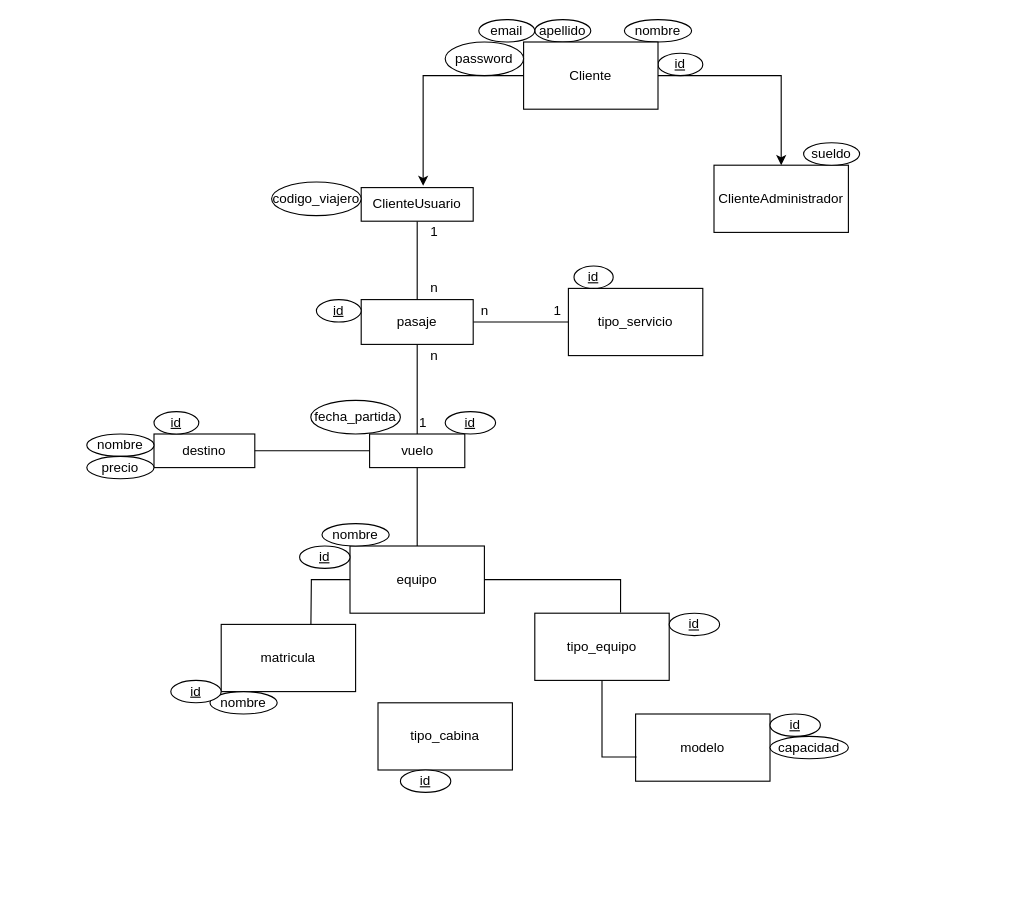
The draw.io diagram derTpFinal.drawio in EricDanielCuevas/tpFinalWeb2, before the edit. Source tidied: cells renumbered, new cells numbered last; positions are measured from the earlier drawing's top-left corner, leaving out a move shared by most shapes. Both pictures are drawn from the tidied source at 112%, with x=0, y=0 at pixel (86, 19).
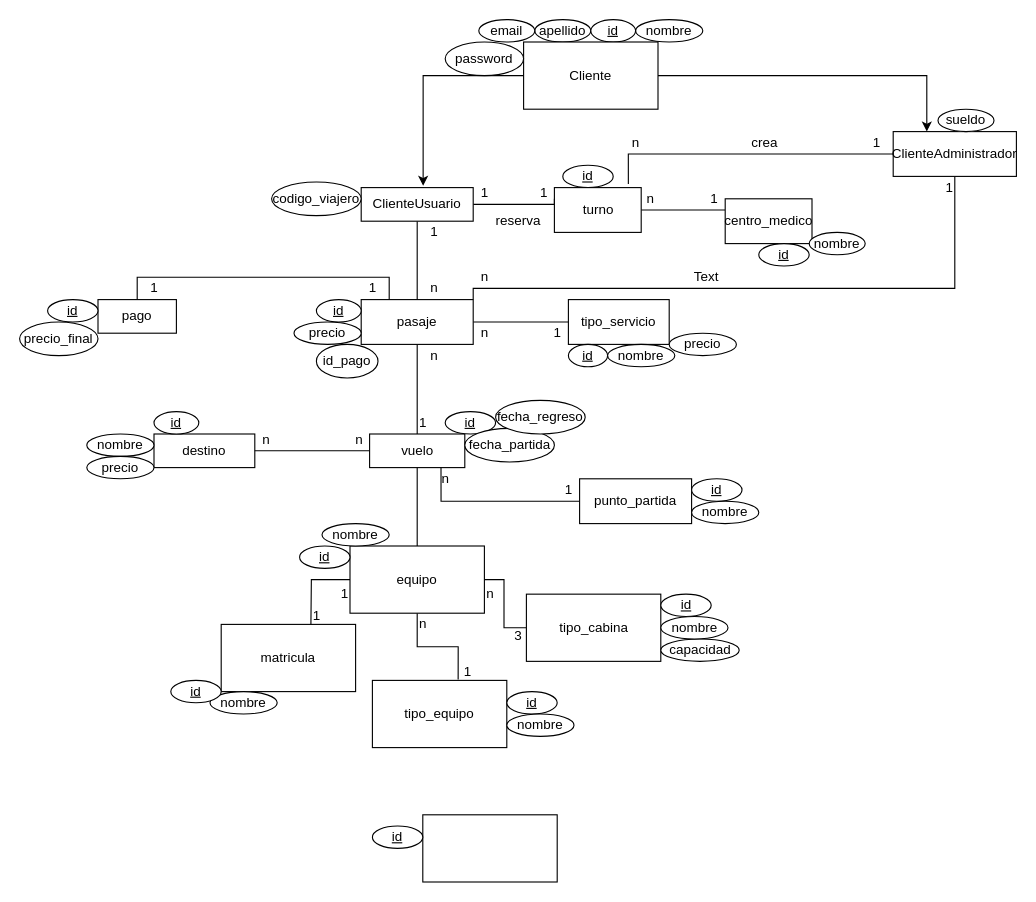
The same page after the edit.

Unchanged cells that the change refers to:
```xml
<mxCell id="3" value="ClienteUsuario" style="rounded=0;whiteSpace=wrap;html=1;" parent="1" vertex="1">
  <mxGeometry x="245" y="150" width="100" height="30" as="geometry" />
</mxCell>
<mxCell id="7" value="equipo" style="rounded=0;whiteSpace=wrap;html=1;" parent="1" vertex="1">
  <mxGeometry x="235" y="470" width="120" height="60" as="geometry" />
</mxCell>
<mxCell id="14" value="Cliente" style="rounded=0;whiteSpace=wrap;html=1;" parent="1" vertex="1">
  <mxGeometry x="390" y="20" width="120" height="60" as="geometry" />
</mxCell>
<mxCell id="20" value="pasaje" style="rounded=0;whiteSpace=wrap;html=1;" parent="1" vertex="1">
  <mxGeometry x="245" y="250" width="100" height="40" as="geometry" />
</mxCell>
<mxCell id="24" value="vuelo" style="rounded=0;whiteSpace=wrap;html=1;" parent="1" vertex="1">
  <mxGeometry x="252.5" y="370" width="85" height="30" as="geometry" />
</mxCell>
```

Diff of the diagram source:
```diff
@@
+    <mxCell id="52" style="edgeStyle=orthogonalEdgeStyle;rounded=0;jettySize=auto;html=1;entryX=0;entryY=0.25;entryDx=0;entryDy=0;endArrow=none;endFill=0;" parent="1" edge="1" source="3" target="75">
+      <mxGeometry relative="1" as="geometry">
+        <Array as="points">
+          <mxPoint x="418" y="165" />
+        </Array>
+      </mxGeometry>
+    </mxCell>
@@
+    <mxCell id="53" style="edgeStyle=orthogonalEdgeStyle;rounded=0;jettySize=auto;html=1;entryX=1;entryY=0;entryDx=0;entryDy=0;endArrow=none;endFill=0;" parent="1" edge="1" source="4" target="20">
+      <mxGeometry relative="1" as="geometry">
+        <Array as="points">
+          <mxPoint x="775" y="240" />
+          <mxPoint x="345" y="240" />
+        </Array>
+      </mxGeometry>
+    </mxCell>
+    <mxCell id="54" style="edgeStyle=orthogonalEdgeStyle;rounded=0;jettySize=auto;html=1;entryX=0.852;entryY=-0.082;entryDx=0;entryDy=0;entryPerimeter=0;endArrow=none;endFill=0;" parent="1" edge="1" source="4" target="75">
+      <mxGeometry relative="1" as="geometry" />
+    </mxCell>
     <mxCell id="4" value="ClienteAdministrador" style="rounded=0;whiteSpace=wrap;html=1;" parent="1" vertex="1">
-      <mxGeometry x="560" y="130" width="120" height="60" as="geometry" />
+      <mxGeometry x="720" y="100" width="110" height="40" as="geometry" />
     </mxCell>
@@
     <mxCell id="9" value="nombre" style="ellipse;whiteSpace=wrap;html=1;" parent="1" vertex="1">
-      <mxGeometry x="480" width="60" height="20" as="geometry" />
+      <mxGeometry x="490" width="60" height="20" as="geometry" />
     </mxCell>
     <mxCell id="10" value="&lt;u&gt;id&lt;/u&gt;" style="ellipse;whiteSpace=wrap;html=1;" parent="1" vertex="1">
-      <mxGeometry x="510" y="30" width="40" height="20" as="geometry" />
+      <mxGeometry x="450" width="40" height="20" as="geometry" />
     </mxCell>
@@
-    <mxCell id="12" style="edgeStyle=orthogonalEdgeStyle;rounded=0;jettySize=auto;html=1;" parent="1" edge="1" source="14" target="4">
-      <mxGeometry relative="1" as="geometry" />
+    <mxCell id="12" style="edgeStyle=orthogonalEdgeStyle;rounded=0;jettySize=auto;html=1;" parent="1" edge="1" source="14">
+      <mxGeometry relative="1" as="geometry">
+        <mxPoint x="750" y="100" as="targetPoint" />
+        <Array as="points">
+          <mxPoint x="750" y="50" />
+          <mxPoint x="750" y="100" />
+        </Array>
+      </mxGeometry>
     </mxCell>
@@
     <mxCell id="16" value="sueldo" style="ellipse;whiteSpace=wrap;html=1;" parent="1" vertex="1">
-      <mxGeometry x="640" y="110" width="50" height="20" as="geometry" />
+      <mxGeometry x="760" y="80" width="50" height="20" as="geometry" />
     </mxCell>
@@
+    <mxCell id="55" style="edgeStyle=orthogonalEdgeStyle;rounded=0;jettySize=auto;html=1;exitX=0.25;exitY=0;exitDx=0;exitDy=0;entryX=0.5;entryY=0;entryDx=0;entryDy=0;endArrow=none;endFill=0;" parent="1" edge="1" source="20" target="94">
+      <mxGeometry relative="1" as="geometry" />
+    </mxCell>
@@
+    <mxCell id="56" style="edgeStyle=orthogonalEdgeStyle;rounded=0;jettySize=auto;html=1;entryX=1;entryY=0.5;entryDx=0;entryDy=0;endArrow=none;endFill=0;" parent="1" edge="1" source="26" target="7">
+      <mxGeometry relative="1" as="geometry" />
+    </mxCell>
-    <mxCell id="26" value="modelo" style="rounded=0;whiteSpace=wrap;html=1;" parent="1" vertex="1">
-      <mxGeometry x="490" y="620" width="120" height="60" as="geometry" />
+    <mxCell id="26" value="tipo_cabina" style="rounded=0;whiteSpace=wrap;html=1;" parent="1" vertex="1">
+      <mxGeometry x="392.5" y="513" width="120" height="60" as="geometry" />
     </mxCell>
-    <mxCell id="27" value="tipo_cabina" style="rounded=0;whiteSpace=wrap;html=1;" parent="1" vertex="1">
-      <mxGeometry x="260" y="610" width="120" height="60" as="geometry" />
+    <mxCell id="27" style="rounded=0;whiteSpace=wrap;html=1;" parent="1" vertex="1">
+      <mxGeometry x="300" y="710" width="120" height="60" as="geometry" />
     </mxCell>
     <mxCell id="28" value="tipo_servicio" style="rounded=0;whiteSpace=wrap;html=1;" parent="1" vertex="1">
-      <mxGeometry x="430" y="240" width="120" height="60" as="geometry" />
+      <mxGeometry x="430" y="250" width="90" height="40" as="geometry" />
     </mxCell>
     <mxCell id="29" value="&lt;u&gt;id&lt;/u&gt;" style="ellipse;whiteSpace=wrap;html=1;" parent="1" vertex="1">
-      <mxGeometry x="435" y="220" width="35" height="20" as="geometry" />
+      <mxGeometry x="430" y="290" width="35" height="20" as="geometry" />
     </mxCell>
@@
     <mxCell id="34" value="fecha_partida" style="ellipse;whiteSpace=wrap;html=1;" parent="1" vertex="1">
-      <mxGeometry x="200" y="340" width="80" height="30" as="geometry" />
+      <mxGeometry x="337.5" y="365" width="80" height="30" as="geometry" />
     </mxCell>
@@
     <mxCell id="38" value="&lt;u&gt;id&lt;/u&gt;" style="ellipse;whiteSpace=wrap;html=1;" parent="1" vertex="1">
-      <mxGeometry x="610" y="620" width="45" height="20" as="geometry" />
+      <mxGeometry x="512.5" y="513" width="45" height="20" as="geometry" />
     </mxCell>
     <mxCell id="39" value="&lt;u&gt;id&lt;/u&gt;" style="ellipse;whiteSpace=wrap;html=1;" parent="1" vertex="1">
-      <mxGeometry x="280" y="670" width="45" height="20" as="geometry" />
+      <mxGeometry x="255" y="720" width="45" height="20" as="geometry" />
     </mxCell>
@@
-    <mxCell id="41" style="edgeStyle=orthogonalEdgeStyle;rounded=0;jettySize=auto;html=1;entryX=0.007;entryY=0.639;entryDx=0;entryDy=0;entryPerimeter=0;endArrow=none;endFill=0;" parent="1" edge="1" source="42" target="26">
-      <mxGeometry relative="1" as="geometry" />
-    </mxCell>
     <mxCell id="42" value="tipo_equipo" style="rounded=0;whiteSpace=wrap;html=1;" parent="1" vertex="1">
-      <mxGeometry x="400" y="530" width="120" height="60" as="geometry" />
+      <mxGeometry x="255" y="590" width="120" height="60" as="geometry" />
     </mxCell>
     <mxCell id="43" value="&lt;u&gt;id&lt;/u&gt;" style="ellipse;whiteSpace=wrap;html=1;" parent="1" vertex="1">
-      <mxGeometry x="520" y="530" width="45" height="20" as="geometry" />
+      <mxGeometry x="375" y="600" width="45" height="20" as="geometry" />
     </mxCell>
     <mxCell id="44" value="capacidad" style="ellipse;whiteSpace=wrap;html=1;" parent="1" vertex="1">
-      <mxGeometry x="610" y="640" width="70" height="20" as="geometry" />
+      <mxGeometry x="512.5" y="553" width="70" height="20" as="geometry" />
     </mxCell>
@@
     <mxCell id="48" value="1" style="text;html=1;align=center;verticalAlign=middle;strokeColor=none;" parent="1" vertex="1">
-      <mxGeometry x="410" y="250" width="20" height="20" as="geometry" />
+      <mxGeometry x="410" y="270" width="20" height="20" as="geometry" />
     </mxCell>
     <mxCell id="49" value="n" style="text;html=1;align=center;verticalAlign=middle;strokeColor=none;" parent="1" vertex="1">
-      <mxGeometry x="345" y="250" width="20" height="20" as="geometry" />
+      <mxGeometry x="345" y="270" width="20" height="20" as="geometry" />
     </mxCell>
@@
+    <mxCell id="57" value="nombre" style="ellipse;whiteSpace=wrap;html=1;" parent="1" vertex="1">
+      <mxGeometry x="512.5" y="533" width="60" height="20" as="geometry" />
+    </mxCell>
+    <mxCell id="58" value="nombre" style="ellipse;whiteSpace=wrap;html=1;" parent="1" vertex="1">
+      <mxGeometry x="375" y="620" width="60" height="20" as="geometry" />
+    </mxCell>
+    <mxCell id="59" value="n" style="text;html=1;align=center;verticalAlign=middle;strokeColor=none;" parent="1" vertex="1">
+      <mxGeometry x="350" y="503" width="20" height="20" as="geometry" />
+    </mxCell>
+    <mxCell id="60" value="3" style="text;html=1;align=center;verticalAlign=middle;strokeColor=none;" parent="1" vertex="1">
+      <mxGeometry x="375" y="540" width="20" height="20" as="geometry" />
+    </mxCell>
+    <mxCell id="61" value="n" style="text;html=1;align=center;verticalAlign=middle;strokeColor=none;" parent="1" vertex="1">
+      <mxGeometry x="290" y="530" width="20" height="20" as="geometry" />
+    </mxCell>
+    <mxCell id="62" value="1" style="text;html=1;align=center;verticalAlign=middle;strokeColor=none;" parent="1" vertex="1">
+      <mxGeometry x="330" y="573" width="20" height="20" as="geometry" />
+    </mxCell>
+    <mxCell id="63" value="1" style="text;html=1;align=center;verticalAlign=middle;strokeColor=none;" parent="1" vertex="1">
+      <mxGeometry x="195" y="523" width="20" height="20" as="geometry" />
+    </mxCell>
+    <mxCell id="64" value="1" style="text;html=1;align=center;verticalAlign=middle;strokeColor=none;" parent="1" vertex="1">
+      <mxGeometry x="220" y="503" width="20" height="20" as="geometry" />
+    </mxCell>
+    <mxCell id="65" value="nombre" style="ellipse;whiteSpace=wrap;html=1;" parent="1" vertex="1">
+      <mxGeometry x="465" y="290" width="60" height="20" as="geometry" />
+    </mxCell>
+    <mxCell id="66" value="precio" style="ellipse;whiteSpace=wrap;html=1;" parent="1" vertex="1">
+      <mxGeometry x="185" y="270" width="60" height="20" as="geometry" />
+    </mxCell>
+    <mxCell id="67" style="edgeStyle=orthogonalEdgeStyle;rounded=0;jettySize=auto;html=1;entryX=0.75;entryY=1;entryDx=0;entryDy=0;endArrow=none;endFill=0;" parent="1" edge="1" source="68" target="24">
+      <mxGeometry relative="1" as="geometry" />
+    </mxCell>
+    <mxCell id="68" value="punto_partida" style="rounded=0;whiteSpace=wrap;html=1;" parent="1" vertex="1">
+      <mxGeometry x="440" y="410" width="100" height="40" as="geometry" />
+    </mxCell>
+    <mxCell id="69" value="&lt;u&gt;id&lt;/u&gt;" style="ellipse;whiteSpace=wrap;html=1;" parent="1" vertex="1">
+      <mxGeometry x="540" y="410" width="45" height="20" as="geometry" />
+    </mxCell>
+    <mxCell id="70" value="1" style="text;html=1;align=center;verticalAlign=middle;strokeColor=none;" parent="1" vertex="1">
+      <mxGeometry x="420" y="410" width="20" height="20" as="geometry" />
+    </mxCell>
+    <mxCell id="71" value="n" style="text;html=1;align=center;verticalAlign=middle;strokeColor=none;" parent="1" vertex="1">
+      <mxGeometry x="310" y="400" width="20" height="20" as="geometry" />
+    </mxCell>
+    <mxCell id="72" value="nombre" style="ellipse;whiteSpace=wrap;html=1;" parent="1" vertex="1">
+      <mxGeometry x="540" y="430" width="60" height="20" as="geometry" />
+    </mxCell>
+    <mxCell id="73" value="&lt;u&gt;id&lt;/u&gt;" style="ellipse;whiteSpace=wrap;html=1;" parent="1" vertex="1">
+      <mxGeometry x="425" y="130" width="45" height="20" as="geometry" />
+    </mxCell>
+    <mxCell id="74" style="edgeStyle=orthogonalEdgeStyle;rounded=0;jettySize=auto;html=1;entryX=0;entryY=0.25;entryDx=0;entryDy=0;endArrow=none;endFill=0;" parent="1" edge="1" source="75" target="76">
+      <mxGeometry relative="1" as="geometry" />
+    </mxCell>
+    <mxCell id="75" value="turno" style="rounded=0;whiteSpace=wrap;html=1;" parent="1" vertex="1">
+      <mxGeometry x="417.5" y="150" width="77.5" height="40" as="geometry" />
+    </mxCell>
+    <mxCell id="76" value="centro_medico" style="rounded=0;whiteSpace=wrap;html=1;" parent="1" vertex="1">
+      <mxGeometry x="570" y="160" width="77.5" height="40" as="geometry" />
+    </mxCell>
+    <mxCell id="77" value="&lt;u&gt;id&lt;/u&gt;" style="ellipse;whiteSpace=wrap;html=1;" parent="1" vertex="1">
+      <mxGeometry x="600" y="200" width="45" height="20" as="geometry" />
+    </mxCell>
+    <mxCell id="78" value="nombre" style="ellipse;whiteSpace=wrap;html=1;" parent="1" vertex="1">
+      <mxGeometry x="645" y="190" width="50" height="20" as="geometry" />
+    </mxCell>
+    <mxCell id="79" value="1" style="text;html=1;align=center;verticalAlign=middle;strokeColor=none;" parent="1" vertex="1">
+      <mxGeometry x="397.5" y="145" width="20" height="20" as="geometry" />
+    </mxCell>
+    <mxCell id="80" value="1" style="text;html=1;align=center;verticalAlign=middle;strokeColor=none;" parent="1" vertex="1">
+      <mxGeometry x="345" y="145" width="20" height="20" as="geometry" />
+    </mxCell>
+    <mxCell id="81" value="1" style="text;html=1;align=center;verticalAlign=middle;strokeColor=none;" parent="1" vertex="1">
+      <mxGeometry x="550" y="150" width="20" height="20" as="geometry" />
+    </mxCell>
+    <mxCell id="82" value="n" style="text;html=1;align=center;verticalAlign=middle;strokeColor=none;" parent="1" vertex="1">
+      <mxGeometry x="492.5" y="150" width="20" height="20" as="geometry" />
+    </mxCell>
+    <mxCell id="83" value="n" style="text;html=1;align=center;verticalAlign=middle;strokeColor=none;" parent="1" vertex="1">
+      <mxGeometry x="232.5" y="365" width="20" height="20" as="geometry" />
+    </mxCell>
+    <mxCell id="84" value="n" style="text;html=1;align=center;verticalAlign=middle;strokeColor=none;" parent="1" vertex="1">
+      <mxGeometry x="150" y="365" width="20" height="20" as="geometry" />
+    </mxCell>
+    <mxCell id="85" value="fecha_regreso" style="ellipse;whiteSpace=wrap;html=1;" parent="1" vertex="1">
+      <mxGeometry x="365" y="340" width="80" height="30" as="geometry" />
+    </mxCell>
+    <mxCell id="86" value="n" style="text;html=1;align=center;verticalAlign=middle;strokeColor=none;" parent="1" vertex="1">
+      <mxGeometry x="345" y="220" width="20" height="20" as="geometry" />
+    </mxCell>
+    <mxCell id="87" value="1" style="text;html=1;align=center;verticalAlign=middle;strokeColor=none;" parent="1" vertex="1">
+      <mxGeometry x="760" y="140" width="20" height="20" as="geometry" />
+    </mxCell>
+    <mxCell id="88" value="n" style="text;html=1;align=center;verticalAlign=middle;strokeColor=none;" parent="1" vertex="1">
+      <mxGeometry x="480" y="100" width="20" height="20" as="geometry" />
+    </mxCell>
+    <mxCell id="89" value="1" style="text;html=1;align=center;verticalAlign=middle;strokeColor=none;" parent="1" vertex="1">
+      <mxGeometry x="695" y="100" width="20" height="20" as="geometry" />
+    </mxCell>
+    <mxCell id="90" value="crea" style="text;html=1;align=center;verticalAlign=middle;strokeColor=none;" parent="1" vertex="1">
+      <mxGeometry x="585" y="100" width="40" height="20" as="geometry" />
+    </mxCell>
+    <mxCell id="91" value="reserva" style="text;html=1;align=center;verticalAlign=middle;strokeColor=none;" parent="1" vertex="1">
+      <mxGeometry x="355" y="170" width="60" height="20" as="geometry" />
+    </mxCell>
+    <mxCell id="92" value="Text" style="text;html=1;align=center;verticalAlign=middle;strokeColor=none;" parent="1" vertex="1">
+      <mxGeometry x="532.5" y="220" width="40" height="20" as="geometry" />
+    </mxCell>
+    <mxCell id="93" value="&lt;span&gt;id_pago&lt;/span&gt;" style="ellipse;whiteSpace=wrap;html=1;fontStyle=0;" parent="1" vertex="1">
+      <mxGeometry x="205" y="290" width="55" height="30" as="geometry" />
+    </mxCell>
+    <mxCell id="94" value="pago" style="rounded=0;whiteSpace=wrap;html=1;" parent="1" vertex="1">
+      <mxGeometry x="10" y="250" width="70" height="30" as="geometry" />
+    </mxCell>
+    <mxCell id="95" value="&lt;u&gt;id&lt;/u&gt;" style="ellipse;whiteSpace=wrap;html=1;" parent="1" vertex="1">
+      <mxGeometry x="-35" y="250" width="45" height="20" as="geometry" />
+    </mxCell>
+    <mxCell id="96" value="precio" style="ellipse;whiteSpace=wrap;html=1;" parent="1" vertex="1">
+      <mxGeometry x="520" y="280" width="60" height="20" as="geometry" />
+    </mxCell>
+    <mxCell id="97" value="precio_final" style="ellipse;whiteSpace=wrap;html=1;" parent="1" vertex="1">
+      <mxGeometry x="-60" y="270" width="70" height="30" as="geometry" />
+    </mxCell>
+    <mxCell id="98" value="1" style="text;html=1;align=center;verticalAlign=middle;strokeColor=none;" parent="1" vertex="1">
+      <mxGeometry x="50" y="230" width="20" height="20" as="geometry" />
+    </mxCell>
+    <mxCell id="99" value="1" style="text;html=1;align=center;verticalAlign=middle;strokeColor=none;" parent="1" vertex="1">
+      <mxGeometry x="245" y="230" width="20" height="20" as="geometry" />
+    </mxCell>
```
